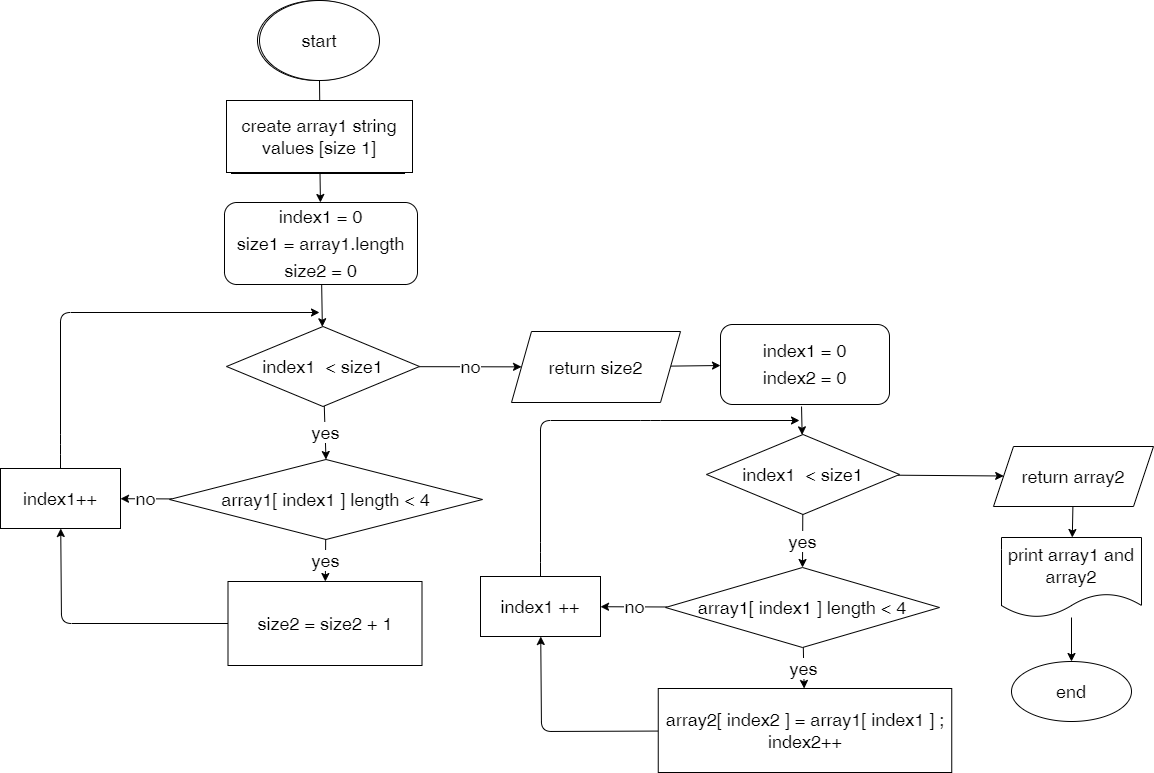
This is alg.drawio.png from sergdmi/IT-start, a draw.io export, as it was before one commit. Source tidied: cells renumbered, new cells last; positions are measured from the earlier drawing's top-left corner, leaving out a move shared by most shapes.
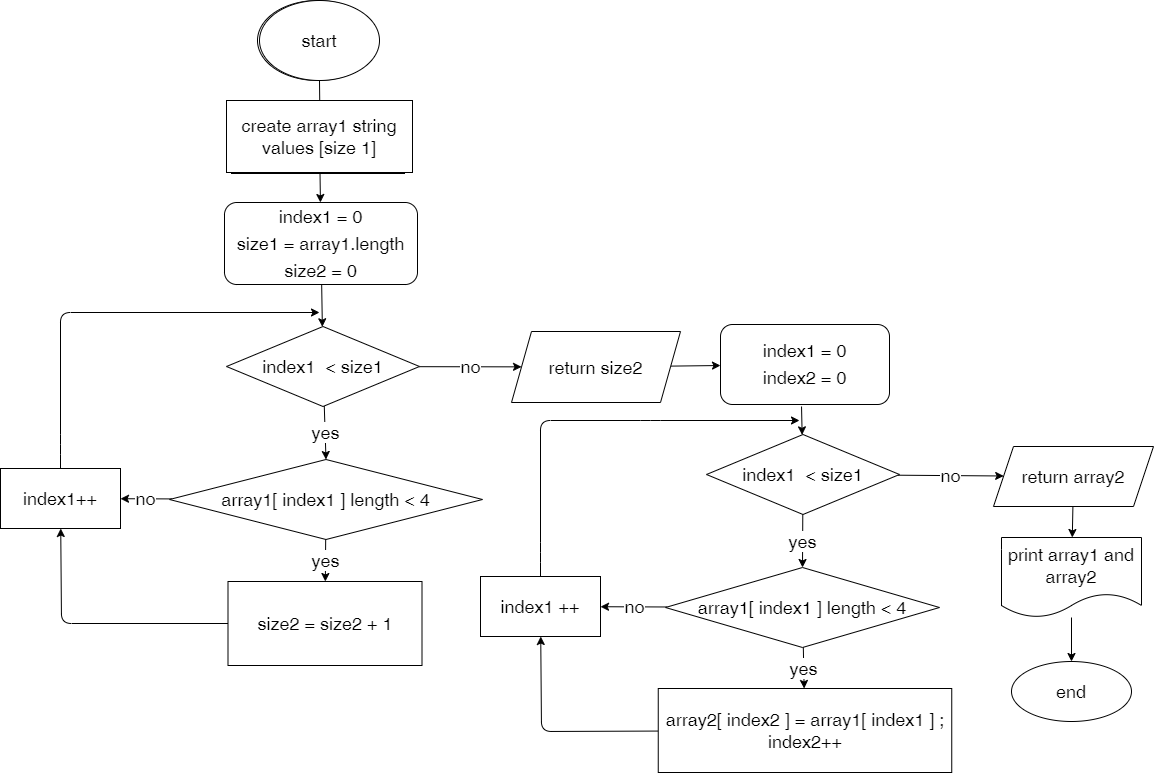
After the commit.

Commit message:
drawing  amended

Diff of the diagram source:
```diff
@@ -116,7 +116,7 @@
     <mxCell id="31" value="yes" style="edgeStyle=none;html=1;entryX=0.5;entryY=0;entryDx=0;entryDy=0;strokeWidth=1;fontSize=18;" parent="1" edge="1" source="33" target="26">
       <mxGeometry relative="1" as="geometry" />
     </mxCell>
-    <mxCell id="32" style="edgeStyle=none;html=1;" parent="1" edge="1" source="33" target="36">
+    <mxCell id="32" value="no" style="edgeStyle=none;html=1;fontSize=18;" parent="1" edge="1" source="33" target="36">
       <mxGeometry relative="1" as="geometry" />
     </mxCell>
     <mxCell id="33" value="index1&amp;nbsp; &amp;lt; size1" style="rhombus;whiteSpace=wrap;html=1;fontSize=18;" parent="1" vertex="1">
```
